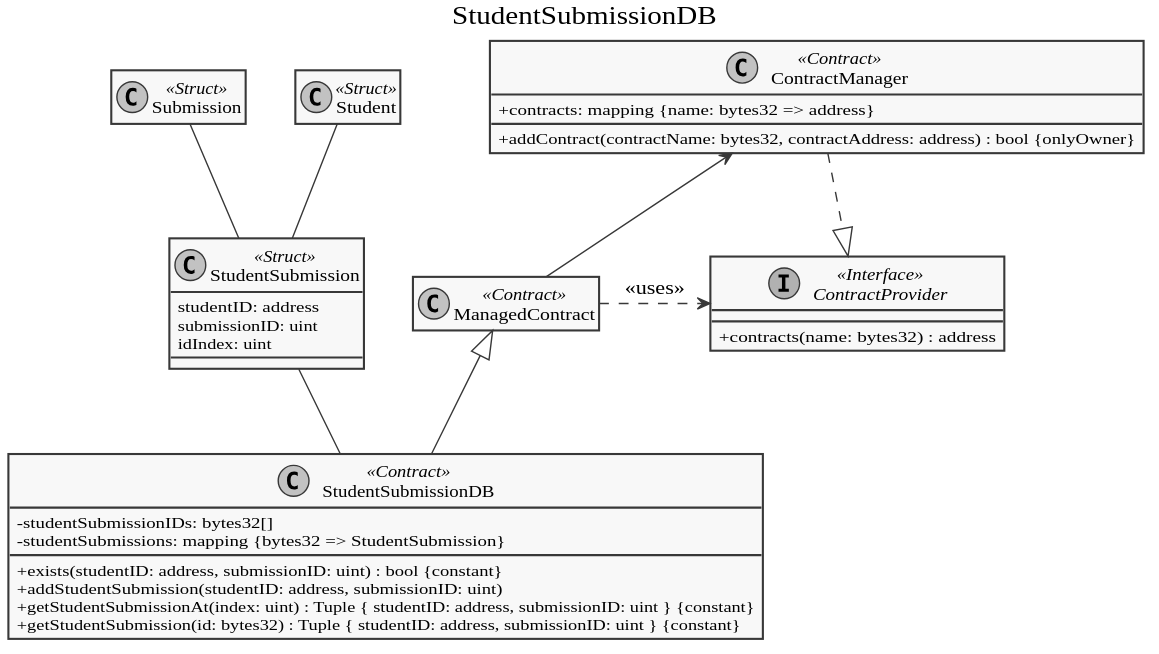
The PlantUML diagram doc/diagrams/export/contracts/studentsubmissiondb.svg in dev-tee/blockpass, before a commit. Source of this version:
```plantuml
@startuml


skinparam monochrome true
skinparam shadowing false
skinparam classAttributeIconSize 0
skinparam defaultFontName "Source Sans Pro Semibold"








title Owned

class Owned << Contract >> {
  +owner: address
  __
  +Owned()
  .. Modifier ..
  #onlyOwner()
}



title ContractProvider

interface ContractProvider << Interface >> {
  +contracts(name: bytes32) : address
}


title ContractManager

class ContractManager << Contract >> {
  +contracts: mapping {name: bytes32 => address}
  +addContract(contractName: bytes32, contractAddress: address) : bool {onlyOwner}
}

ContractManager -up-|> Owned

ContractManager .down.|> ContractProvider


title ManagedContract

class ManagedContract << Contract >> {
  #MAN: address
  __
  +setContractManagerAddress(contractManagerAddress: address) : bool
  .. Modifier ..
  #permission(permittedSender: bytes32)
}

ManagedContract .right.> ContractProvider : << uses >>
ManagedContract -up-> ContractManager

hide Owned




title StudentDB

class Student << Struct >> {
  name: bytes32
  matrNr: uint
  index: uint
  testParticipationIDs: bytes32[]
  courseParticipationIDs: bytes32[]
  studentSubmissionIDs: bytes32[]
}

class StudentDB << Contract >> {
  -indices: address[]
  -students: mapping {address => Student}
  __
  +isStudent(account: address) : bool {constant}
  +addStudent(account: address, name: bytes32, matrNr: uint)
  +getStudent(account: address) : Tuple { name: bytes32, matrNr: uint } {constant}
  +getStudentAt(index: uint) : Tuple { name: bytes32, matrNr: uint } {constant}
  +getNumStudents() : uint {constant}
  .. Setter for combined values ..
  +addTestParticipationID(account: address, id: bytes32) {permission: "testparticipationdb"}
  +addCourseParticipationID(account: address, id: bytes32) {permission: "courseparticipationdb"}
  +addStudentSubmissionID(account: address, id: bytes32) {permission: "studentsubmissiondb"}
}

StudentDB -up-|> ManagedContract
StudentDB -down- Student

hide ManagedContract members








title CourseDB

class Course << Struct >> {
  description: string
  ectsPoints: uint
  name: bytes32
  assignmentIDs: uint[]
  testIDs: uint[]
  courseParticipationIDs: bytes32[]
  courseSupervisionIDs: bytes32[]
}

class CourseDB << Contract >> {
  -courses: Course[]
  __
  +addCourse(description: string, name: bytes32, ectsPoints: uint) : uint
  +getCourse(id: uint) : Tuple { description: string, name: bytes32, ectsPoints: uint } {constant}
  +getNumCourses() : uint {constant}
  .. Setter for combined values ..
  +addCourseParticipationID(courseID: uint, id: bytes32) {permission: "courseparticipationdb" }
  +addCourseSupervisionID(courseID: uint, id: bytes32) {permission: "coursesupervisiondb"}
  +addAssignmentID(courseID: uint, id: uint) {permission: "assignmentdb"}
  +addTestID(courseID: uint, id: uint) {permission: "testdb"}
}

CourseDB -up-|> ManagedContract
CourseDB -down- Course

hide ManagedContract members


title TestDB

class Test << Struct >> {
  description: string
  maxPoints: uint
  dueDate: uint
  courseID: uint
  submissionIDs: uint[]
  testParticipationIDs: bytes32[]
  testSupervisionIDs: bytes32[]
}

class TestDB << Contract >> {
  -tests: Test[]
  __
  +addTest(description: string, maxPoints: uint, dueDate: uint, courseID: uint) : uint
  +getTest(id: uint) : Tuple { description: string, maxPoints: uint, dueDate: uint, courseID: uint } {constant}
  +getNumTests() : uint {constant}
  .. Setter for combined values ..
  +addTestParticipationID(testID: uint, id: bytes32) {permission: "testparticipationdb"}
  +addTestSupervisionID(testID: uint, id: bytes32) {permission: "testsupervisiondb"}
  +addSubmissionID(testID: uint, id: uint) {permission: "submissiondb"}
}

TestDB -up-|> ManagedContract
TestDB -down- Test
Test -left- Course

hide ManagedContract members
hide CourseDB
hide Course members




title AssignmentDB

class Assignment << Struct >> {
  description: string
  maxPoints: uint
  dueDate: uint
  courseID: uint
  submissionIDs: uint[]
}

class AssignmentDB << Contract >> {
  -assignments: Assignment[]
  __
  +addAssignment(description: string, maxPoints: uint, dueDate: uint, courseID: uint) : uint
  +getAssignment(id: uint) : Tuple { description: string, maxPoints: uint, dueDate: uint, courseID: uint } {constant}
  +getNumAssignments() : uint {constant}
  .. Setter for combined values ..
  +addSubmissionID(assignmentID: uint, id: uint) {permission: "submissiondb"}
}


AssignmentDB -up-|> ManagedContract
AssignmentDB -down- Assignment
Assignment -left- Course

hide ManagedContract members
hide CourseDB
hide Course members


title SubmissionDB

class Submission << Struct >> {
  description: string
  submittedDate: uint
  ref: uint
  referenceID: uint
  assessmentIDs: uint[]
  studentSubmissionIDs: bytes32[]
}
note "References Assignment or Test" as ReferenceNote
Submission .down. ReferenceNote

class SubmissionDB << Contract >> {
  -submissions: Submission[]
  __
  +addSubmission(description: string, submittedDate: uint, ref: uint, referenceID: uint) : uint
  +getSubmission(id: uint) : Tuple { description: string, submittedDate: uint, ref: uint, referenceID: uint } {constant}
  +getNumSubmissions() : uint {constant}
  .. Setter for combined values ..
  +addStudentSubmissionID(submissionID: uint, id: bytes32) {permission: "studentsubmissiondb"}
  +addAssessmentID(submissionID: uint, id: uint) {permission: "assessmentdb"}
}


SubmissionDB -up-|> ManagedContract
SubmissionDB -down- Submission
Submission -left- Assignment
Submission -right- Test

hide ManagedContract members
hide AssignmentDB
hide Assignment members
hide TestDB
hide Test members
hide CourseDB
hide Course


title StudentSubmissionDB

class StudentSubmission << Struct >> {
    studentID: address
    submissionID: uint
    idIndex: uint
}

class StudentSubmissionDB << Contract >> {
  -studentSubmissionIDs: bytes32[]
  -studentSubmissions: mapping {bytes32 => StudentSubmission}
  __
  +exists(studentID: address, submissionID: uint) : bool {constant}
  +addStudentSubmission(studentID: address, submissionID: uint)
  +getStudentSubmissionAt(index: uint) : Tuple { studentID: address, submissionID: uint } {constant}
  +getStudentSubmission(id: bytes32) : Tuple { studentID: address, submissionID: uint } {constant}
}

StudentSubmissionDB -up-|> ManagedContract
StudentSubmissionDB -up- StudentSubmission
StudentSubmission -up- Student
StudentSubmission -up- Submission

hide ManagedContract members
hide StudentDB
hide Student members
hide SubmissionDB
hide Submission members
hide ReferenceNote
hide Test
hide Assignment

@enduml
```
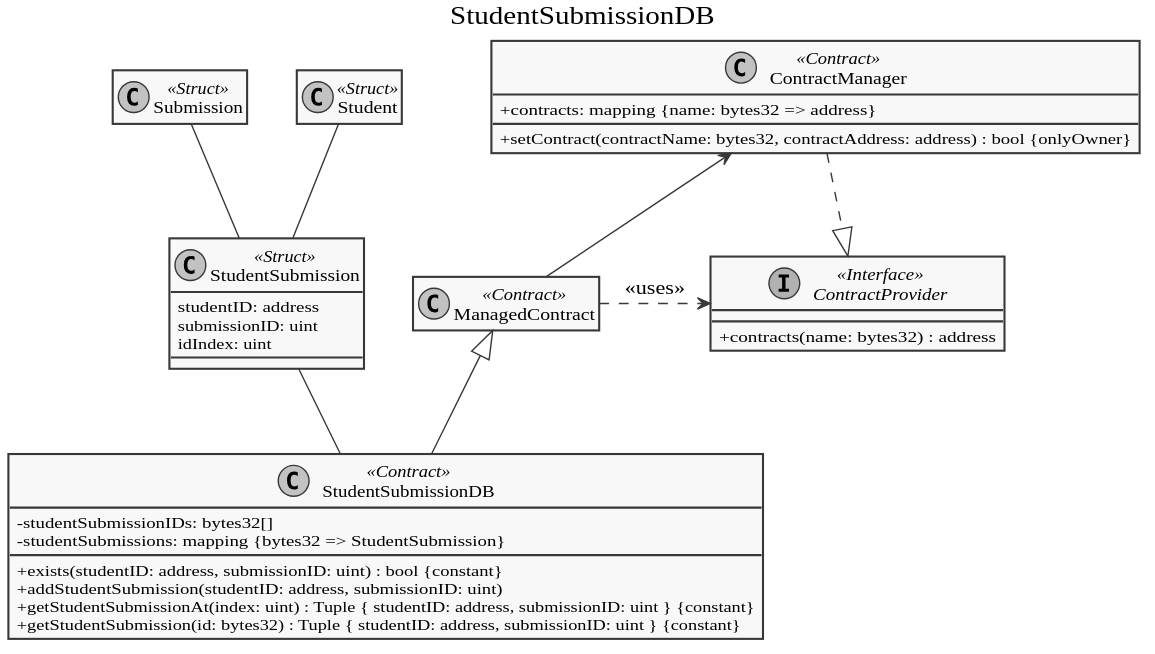
The same diagram one commit later.

Change to the diagram source:
```diff
@@ -36,7 +36,7 @@
 
 class ContractManager << Contract >> {
   +contracts: mapping {name: bytes32 => address}
-  +addContract(contractName: bytes32, contractAddress: address) : bool {onlyOwner}
+  +setContract(contractName: bytes32, contractAddress: address) : bool {onlyOwner}
 }
 
 ContractManager -up-|> Owned
@@ -65,7 +65,7 @@
 title StudentDB
 
 class Student << Struct >> {
-  name: bytes32
+  name: string
   matrNr: uint
   index: uint
   testParticipationIDs: bytes32[]
@@ -78,9 +78,9 @@
   -students: mapping {address => Student}
   __
   +isStudent(account: address) : bool {constant}
-  +addStudent(account: address, name: bytes32, matrNr: uint)
-  +getStudent(account: address) : Tuple { name: bytes32, matrNr: uint } {constant}
-  +getStudentAt(index: uint) : Tuple { name: bytes32, matrNr: uint } {constant}
+  +addStudent(account: address, name: string, matrNr: uint)
+  +getStudent(account: address) : Tuple { name: string, matrNr: uint } {constant}
+  +getStudentAt(index: uint) : Tuple { name: string, matrNr: uint } {constant}
   +getNumStudents() : uint {constant}
   .. Setter for combined values ..
   +addTestParticipationID(account: address, id: bytes32) {permission: "testparticipationdb"}
@@ -104,8 +104,8 @@
 
 class Course << Struct >> {
   description: string
+  name: string
   ectsPoints: uint
-  name: bytes32
   assignmentIDs: uint[]
   testIDs: uint[]
   courseParticipationIDs: bytes32[]
@@ -115,8 +115,8 @@
 class CourseDB << Contract >> {
   -courses: Course[]
   __
-  +addCourse(description: string, name: bytes32, ectsPoints: uint) : uint
-  +getCourse(id: uint) : Tuple { description: string, name: bytes32, ectsPoints: uint } {constant}
+  +addCourse(description: string, name: string, ectsPoints: uint) : uint
+  +getCourse(id: uint) : Tuple { description: string, name: string, ectsPoints: uint } {constant}
   +getNumCourses() : uint {constant}
   .. Setter for combined values ..
   +addCourseParticipationID(courseID: uint, id: bytes32) {permission: "courseparticipationdb" }
@@ -135,6 +135,7 @@
 
 class Test << Struct >> {
   description: string
+  name: string
   maxPoints: uint
   dueDate: uint
   courseID: uint
@@ -146,8 +147,8 @@
 class TestDB << Contract >> {
   -tests: Test[]
   __
-  +addTest(description: string, maxPoints: uint, dueDate: uint, courseID: uint) : uint
-  +getTest(id: uint) : Tuple { description: string, maxPoints: uint, dueDate: uint, courseID: uint } {constant}
+  +addTest(description: string, name: string, maxPoints: uint, dueDate: uint, courseID: uint) : uint
+  +getTest(id: uint) : Tuple { description: string, name: string, maxPoints: uint, dueDate: uint, courseID: uint } {constant}
   +getNumTests() : uint {constant}
   .. Setter for combined values ..
   +addTestParticipationID(testID: uint, id: bytes32) {permission: "testparticipationdb"}
@@ -170,6 +171,7 @@
 
 class Assignment << Struct >> {
   description: string
+  name: string
   maxPoints: uint
   dueDate: uint
   courseID: uint
@@ -179,8 +181,8 @@
 class AssignmentDB << Contract >> {
   -assignments: Assignment[]
   __
-  +addAssignment(description: string, maxPoints: uint, dueDate: uint, courseID: uint) : uint
-  +getAssignment(id: uint) : Tuple { description: string, maxPoints: uint, dueDate: uint, courseID: uint } {constant}
+  +addAssignment(description: string, name: string, maxPoints: uint, dueDate: uint, courseID: uint) : uint
+  +getAssignment(id: uint) : Tuple { description: string, name: string, maxPoints: uint, dueDate: uint, courseID: uint } {constant}
   +getNumAssignments() : uint {constant}
   .. Setter for combined values ..
   +addSubmissionID(assignmentID: uint, id: uint) {permission: "submissiondb"}
```
